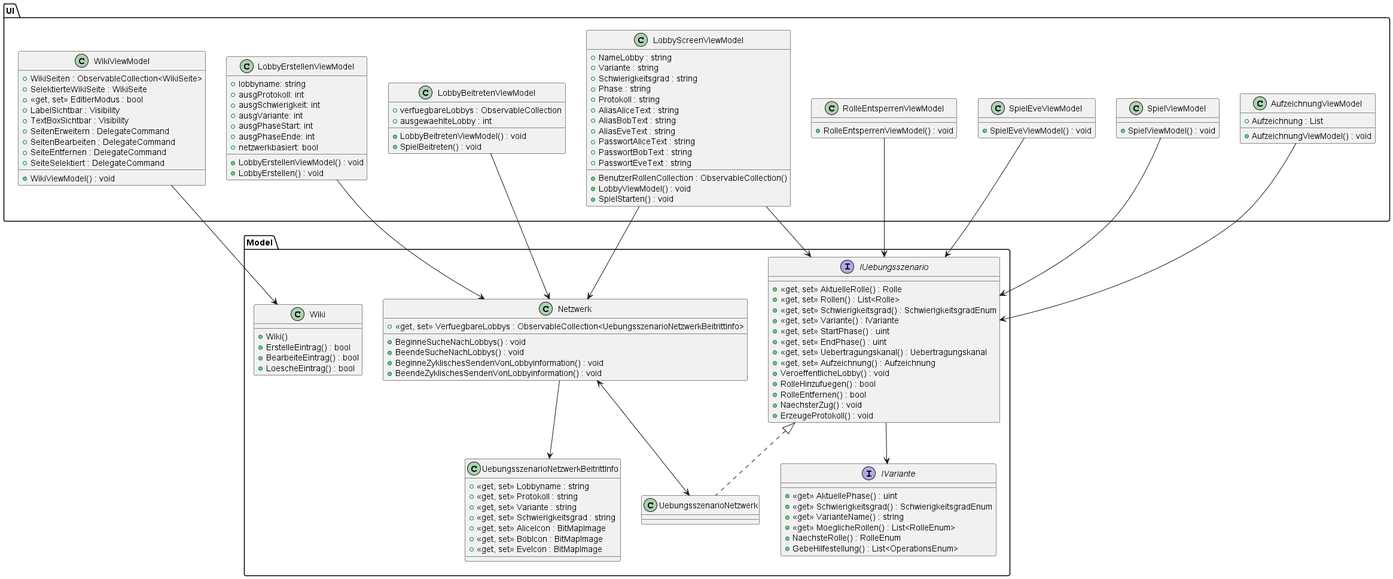
This is 02_Entwurf/Schnittstellendiagramm/name.png from Jonas-Ha/quakrypto, a PlantUML export, as it was before one commit.
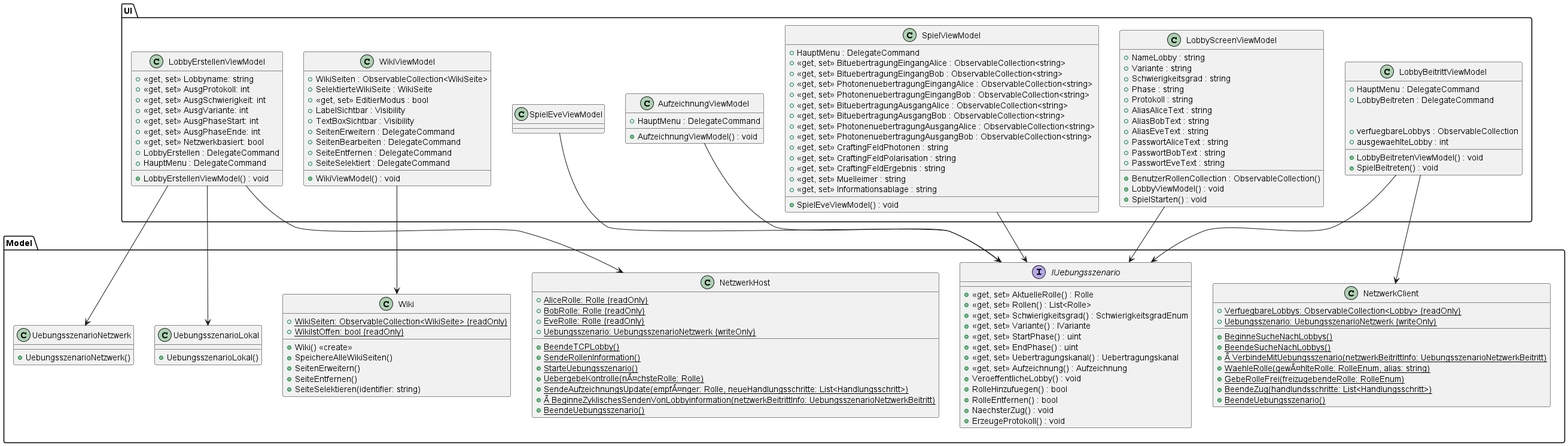
Later version of the same file.

Commit message:
Änderungen am Schnittstellendiagramm für Abgabe des Entwurfsdokuments.

Change to the diagram source:
```diff
@@ -1,96 +1,141 @@
 @startuml name
-top to bottom direction
+
 skinparam pageMargin 10
 skinparam pageExternalColor gray
 skinparam pageBorderColor black
 
 package Model
 {
-	interface IUebungsszenario
-	{
-		+ <<get, set>> AktuelleRolle() : Rolle
-		+ <<get, set>> Rollen() : List<Rolle>
-		+ <<get, set>> Schwierigkeitsgrad() : SchwierigkeitsgradEnum
-		+ <<get, set>> Variante() : IVariante
-		+ <<get, set>> StartPhase() : uint
-		+ <<get, set>> EndPhase() : uint
-		+ <<get, set>> Uebertragungskanal() : Uebertragungskanal
-		+ <<get, set>> Aufzeichnung() : Aufzeichnung
-		+ VeroeffentlicheLobby() : void
-		+ RolleHinzufuegen() : bool
-		+ RolleEntfernen() : bool
-		+ NaechsterZug() : void
-		+ ErzeugeProtokoll() : void
-	}
+	together {
 
-	interface IVariante
-	{
-		+ <<get>> AktuellePhase() : uint
-		+ <<get>> Schwierigkeitsgrad() : SchwierigkeitsgradEnum
-		+ <<get>> VarianteName() : string
-		+ <<get>> MoeglicheRollen() : List<RolleEnum>
-		+ NaechsteRolle() : RolleEnum
-		+ GebeHilfestellung() : List<OperationsEnum>
 	}
 
 	together {
-		class UebungsszenarioNetzwerk implements IUebungsszenario
-		{
 
+		class NetzwerkClient {
+			+ {static} VerfuegbareLobbys: ObservableCollection<Lobby> {readOnly}
+			+ {static} BeginneSucheNachLobbys()
+			+ {static} BeendeSucheNachLobbys()
+			+Â {static} VerbindeMitUebungsszenario(netzwerkBeitrittInfo: UebungsszenarioNetzwerkBeitritt)
+			+ {static} WaehleRolle(gewÃ¤hlteRolle: RolleEnum, alias: string)
+			+ {static} GebeRolleFrei(freizugebendeRolle: RolleEnum)
+			+ {static} BeendeZug(handlundsschritte: List<Handlungsschritt>)
+			+ {static} BeendeUebungsszenario()
+			+ {static} Uebungsszenario: UebungsszenarioNetzwerk {writeOnly}
 		}
 
-			class UebungsszenarioNetzwerkBeitrittInfo
+		class NetzwerkHost {
+			+ {static} AliceRolle: Rolle {readOnly}
+			+ {static} BobRolle: Rolle {readOnly}
+			+ {static} EveRolle: Rolle {readOnly}
+			+ {static} BeendeTCPLobby()
+			+ {static} SendeRollenInformation()
+			+ {static} StarteUebungsszenario()
+			+ {static} UebergebeKontrolle(nÃ¤chsteRolle: Rolle)
+			+ {static} SendeAufzeichnungsUpdate(empfÃ¤nger: Rolle, neueHandlungsschritte: List<Handlungsschritt>)
+			+Â {static} BeginneZyklischesSendenVonLobbyinformation(netzwerkBeitrittInfo: UebungsszenarioNetzwerkBeitritt)
+			+ {static} BeendeUebungsszenario()
+			+ {static} Uebungsszenario: UebungsszenarioNetzwerk {writeOnly}
+		}
+
+		interface IUebungsszenario
 		{
-			+ <<get, set>> Lobbyname : string
-			+ <<get, set>> Protokoll : string
-			+ <<get, set>> Variante : string
-			+ <<get, set>> Schwierigkeitsgrad : string
-			+ <<get, set>> AliceIcon : BitMapImage
-			+ <<get, set>> BobIcon : BitMapImage
-			+ <<get, set>> EveIcon : BitMapImage
+			+ <<get, set>> AktuelleRolle() : Rolle
+			+ <<get, set>> Rollen() : List<Rolle>
+			+ <<get, set>> Schwierigkeitsgrad() : SchwierigkeitsgradEnum
+			+ <<get, set>> Variante() : IVariante
+			+ <<get, set>> StartPhase() : uint
+			+ <<get, set>> EndPhase() : uint
+			+ <<get, set>> Uebertragungskanal() : Uebertragungskanal
+			+ <<get, set>> Aufzeichnung() : Aufzeichnung
+			+ VeroeffentlicheLobby() : void
+			+ RolleHinzufuegen() : bool
+			+ RolleEntfernen() : bool
+			+ NaechsterZug() : void
+			+ ErzeugeProtokoll() : void
 		}
+
+
+
 	}
 
-	class Netzwerk
-	{
-		+ <<get, set>> VerfuegbareLobbys : ObservableCollection<UebungsszenarioNetzwerkBeitrittInfo>
-		+ BeginneSucheNachLobbys() : void
-		+ BeendeSucheNachLobbys() : void
-		+ BeginneZyklischesSendenVonLobbyinformation() : void
-		+ BeendeZyklischesSendenVonLobbyinformation() : void
-	}
+	class UebungsszenarioLokal
+		{
+			+ UebungsszenarioLokal()
+		}
 
-	class Wiki
-	{
-		+ Wiki()
-		+ ErstelleEintrag() : bool
-		+ BearbeiteEintrag() : bool
-		+ LoescheEintrag() : bool
+		class UebungsszenarioNetzwerk
+		{
+			+ UebungsszenarioNetzwerk()
+		}
+
+	together {
+		class Wiki
+		{
+			+ {static} WikiSeiten: ObservableCollection<WikiSeite> {readOnly}
+			+ {static} WikiIstOffen: bool {readOnly}
+			+ Wiki() <<create>>
+			+ SpeichereAlleWikiSeiten()
+			+ SeitenErweitern()
+			+ SeiteEntfernen()
+			+ SeiteSelektieren(identifier: string)
+		}
 	}
 }
 
 package UI
 {
 	together{
+		class WikiViewModel
+		{
+			+ WikiSeiten : ObservableCollection<WikiSeite>
+			+ SelektierteWikiSeite : WikiSeite
+			+ <<get, set>> EditierModus : bool
+			+ LabelSichtbar : Visibility
+			+ TextBoxSichtbar : Visibility
+			+ SeitenErweitern : DelegateCommand
+			+ SeitenBearbeiten : DelegateCommand
+			+ SeiteEntfernen : DelegateCommand
+			+ SeiteSelektiert : DelegateCommand
+			+ WikiViewModel() : void
+		}
+
+		class SpielEveViewModel
+		{
+		}
+	}
+
+
 		class LobbyErstellenViewModel
 		{
-			+ lobbyname: string
-			+ ausgProtokoll: int
-			+ ausgSchwierigkeit: int
-			+ ausgVariante: int
-			+ ausgPhaseStart: int
-			+ ausgPhaseEnde: int
-			+ netzwerkbasiert: bool
+			+ <<get, set>> Lobbyname: string
+			+ <<get, set>> AusgProtokoll: int
+			+ <<get, set>> AusgSchwierigkeit: int
+			+ <<get, set>> AusgVariante: int
+			+ <<get, set>> AusgPhaseStart: int
+			+ <<get, set>> AusgPhaseEnde: int
+			+ <<get, set>> Netzwerkbasiert: bool
+			+ LobbyErstellen : DelegateCommand
+			+ HauptMenu : DelegateCommand
 			+ LobbyErstellenViewModel() : void
-			+ LobbyErstellen() : void
 		}
 
-		class LobbyBeitretenViewModel
+		class LobbyBeitrittViewModel
 		{
+			+ HauptMenu : DelegateCommand
+			+ LobbyBeitreten : DelegateCommand
+
+
 			+ verfuegbareLobbys : ObservableCollection
 			+ ausgewaehlteLobby : int
 			+ LobbyBeitretenViewModel() : void
 			+ SpielBeitreten() : void
+		}
+
+		class AufzeichnungViewModel
+		{
+			+ HauptMenu : DelegateCommand
+			+ AufzeichnungViewModel() : void
 		}
 
 		class LobbyScreenViewModel
@@ -111,53 +156,37 @@
 			+ SpielStarten() : void
 		}
 
-		class WikiViewModel
-		{
-			+ WikiSeiten : ObservableCollection<WikiSeite>
-			+ SelektierteWikiSeite : WikiSeite
-			+ <<get, set>> EditierModus : bool
-			+ LabelSichtbar : Visibility
-			+ TextBoxSichtbar : Visibility
-			+ SeitenErweitern : DelegateCommand
-			+ SeitenBearbeiten : DelegateCommand
-			+ SeiteEntfernen : DelegateCommand
-			+ SeiteSelektiert : DelegateCommand
-			+ WikiViewModel() : void
-		}
 
-		class AufzeichnungViewModel
-		{
-			+ Aufzeichnung : List
-			+ AufzeichnungViewModel() : void
-		}
 
 		class SpielViewModel
 		{
-			+ SpielViewModel() : void
-		}
-
-		class SpielEveViewModel
-		{
+			+ HauptMenu : DelegateCommand
+			+ <<get, set>> BituebertragungEingangAlice : ObservableCollection<string>
+			+ <<get, set>> BituebertragungEingangBob : ObservableCollection<string>
+			+ <<get, set>> PhotonenuebertragungEingangAlice : ObservableCollection<string>
+			+ <<get, set>> PhotonenuebertragungEingangBob : ObservableCollection<string>
+			+ <<get, set>> BituebertragungAusgangAlice : ObservableCollection<string>
+			+ <<get, set>> BituebertragungAusgangBob : ObservableCollection<string>
+			+ <<get, set>> PhotonenuebertragungAusgangAlice : ObservableCollection<string>
+			+ <<get, set>> PhotonenuebertragungAusgangBob : ObservableCollection<string>
+			+ <<get, set>> CraftingFeldPhotonen : string
+			+ <<get, set>> CraftingFeldPolarisation : string
+			+ <<get, set>> CraftingFeldErgebnis : string
+			+ <<get, set>> Muelleimer : string
+			+ <<get, set>> Informationsablage : string
 			+ SpielEveViewModel() : void
 		}
-
-		class RolleEntsperrenViewModel
-		{
-			+ RolleEntsperrenViewModel() : void
-		}
-	}
 }
 
-LobbyScreenViewModel-->IUebungsszenario
-AufzeichnungViewModel-->IUebungsszenario
-SpielViewModel-->IUebungsszenario
-SpielEveViewModel-->IUebungsszenario
-RolleEntsperrenViewModel-->IUebungsszenario
 WikiViewModel --> Wiki
-IUebungsszenario --> IVariante
-LobbyBeitretenViewModel --> Netzwerk
-LobbyErstellenViewModel --> Netzwerk
-Netzwerk <--> UebungsszenarioNetzwerk
-UebungsszenarioNetzwerkBeitrittInfo <-- Netzwerk
-Netzwerk <-- LobbyScreenViewModel
+LobbyErstellenViewModel --> NetzwerkHost
+LobbyErstellenViewModel --> UebungsszenarioLokal
+LobbyErstellenViewModel --> UebungsszenarioNetzwerk
+LobbyBeitrittViewModel --> NetzwerkClient
+LobbyBeitrittViewModel --> IUebungsszenario
+AufzeichnungViewModel --> IUebungsszenario
+LobbyScreenViewModel --> IUebungsszenario
+SpielEveViewModel --> IUebungsszenario
+SpielViewModel --> IUebungsszenario
+
 @enduml
```
